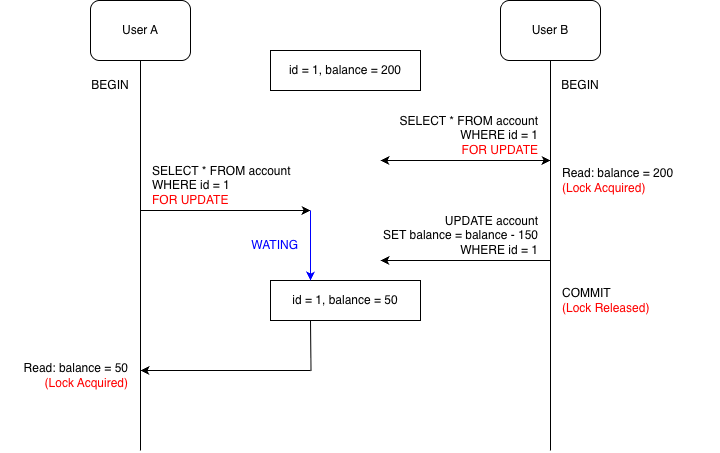
Earlier version of the draw.io export img/posts/architecture/consistency/2.png (zzzyoonnn/zzzyoonnn.github.io). Source tidied: cells renumbered, new cells last; positions are measured from the earlier drawing's top-left corner, leaving out a move shared by most shapes. Its diagram source:
```xml
<mxGraphModel>
  <root>
    <mxCell id="0" />
    <mxCell id="1" parent="0" />
    <mxCell id="2" value="User A" style="rounded=1;whiteSpace=wrap;html=1;" parent="1" vertex="1">
      <mxGeometry x="90" width="100" height="60" as="geometry" />
    </mxCell>
    <mxCell id="3" value="User B" style="rounded=1;whiteSpace=wrap;html=1;" parent="1" vertex="1">
      <mxGeometry x="500" width="100" height="60" as="geometry" />
    </mxCell>
    <mxCell id="4" value="id = 1, balance = 200" style="rounded=0;whiteSpace=wrap;html=1;" parent="1" vertex="1">
      <mxGeometry x="270" y="50" width="150" height="40" as="geometry" />
    </mxCell>
    <mxCell id="5" style="endArrow=none;html=1;rounded=0;entryX=0.5;entryY=1;entryDx=0;entryDy=0;" parent="1" edge="1" target="3">
      <mxGeometry relative="1" as="geometry">
        <mxPoint x="550" y="450" as="sourcePoint" />
      </mxGeometry>
    </mxCell>
    <mxCell id="6" style="endArrow=none;html=1;rounded=0;entryX=0.5;entryY=1;entryDx=0;entryDy=0;" parent="1" edge="1" target="2">
      <mxGeometry relative="1" as="geometry">
        <mxPoint x="140" y="450" as="sourcePoint" />
      </mxGeometry>
    </mxCell>
    <mxCell id="7" value="SELECT * FROM account&lt;div&gt;WHERE id = 1&lt;br&gt;&lt;font style=&quot;color: rgb(255, 0, 0);&quot;&gt;FOR UPDATE&lt;/font&gt;&lt;/div&gt;" style="text;html=1;whiteSpace=wrap;strokeColor=none;fillColor=none;align=right;verticalAlign=middle;rounded=0;" parent="1" vertex="1">
      <mxGeometry x="340" y="120" width="200" height="30" as="geometry" />
    </mxCell>
    <mxCell id="8" value="BEGIN" style="text;html=1;whiteSpace=wrap;strokeColor=none;fillColor=none;align=center;verticalAlign=middle;rounded=0;" parent="1" vertex="1">
      <mxGeometry x="550" y="70" width="60" height="30" as="geometry" />
    </mxCell>
    <mxCell id="9" value="BEGIN" style="text;html=1;whiteSpace=wrap;strokeColor=none;fillColor=none;align=center;verticalAlign=middle;rounded=0;" parent="1" vertex="1">
      <mxGeometry x="80" y="70" width="60" height="30" as="geometry" />
    </mxCell>
    <mxCell id="10" style="endArrow=classic;startArrow=classic;html=1;rounded=0;" parent="1" edge="1">
      <mxGeometry relative="1" as="geometry">
        <mxPoint x="380" y="160" as="sourcePoint" />
        <mxPoint x="550" y="160" as="targetPoint" />
      </mxGeometry>
    </mxCell>
    <mxCell id="11" value="Read: balance = 200&lt;div&gt;&lt;font style=&quot;color: rgb(255, 0, 0);&quot;&gt;(Lock Acquired)&lt;/font&gt;&lt;/div&gt;" style="text;html=1;whiteSpace=wrap;strokeColor=none;fillColor=none;align=left;verticalAlign=middle;rounded=0;" parent="1" vertex="1">
      <mxGeometry x="560" y="170" width="160" height="20" as="geometry" />
    </mxCell>
    <mxCell id="12" style="endArrow=classic;html=1;rounded=0;" parent="1" edge="1">
      <mxGeometry relative="1" as="geometry">
        <mxPoint x="550" y="260" as="sourcePoint" />
        <mxPoint x="380" y="260" as="targetPoint" />
      </mxGeometry>
    </mxCell>
    <mxCell id="13" value="UPDATE account&lt;div&gt;SET balance = balance - 150&lt;/div&gt;&lt;div&gt;WHERE id = 1&lt;/div&gt;" style="text;html=1;whiteSpace=wrap;strokeColor=none;fillColor=none;align=right;verticalAlign=middle;rounded=0;" parent="1" vertex="1">
      <mxGeometry x="360" y="220" width="180" height="30" as="geometry" />
    </mxCell>
    <mxCell id="14" style="endArrow=classic;html=1;rounded=0;" parent="1" edge="1">
      <mxGeometry relative="1" as="geometry">
        <mxPoint x="140" y="210" as="sourcePoint" />
        <mxPoint x="310" y="210" as="targetPoint" />
      </mxGeometry>
    </mxCell>
    <mxCell id="15" value="SELECT * FROM account&lt;div&gt;WHERE id = 1&lt;/div&gt;&lt;div&gt;&lt;font style=&quot;color: rgb(255, 0, 0);&quot;&gt;FOR UPDATE&lt;/font&gt;&lt;/div&gt;" style="text;html=1;whiteSpace=wrap;strokeColor=none;fillColor=none;align=left;verticalAlign=middle;rounded=0;" parent="1" vertex="1">
      <mxGeometry x="150" y="170" width="160" height="30" as="geometry" />
    </mxCell>
    <mxCell id="16" value="COMMIT&lt;div&gt;&lt;font style=&quot;color: rgb(255, 0, 0);&quot;&gt;(Lock Released)&lt;/font&gt;&lt;/div&gt;" style="text;html=1;whiteSpace=wrap;strokeColor=none;fillColor=none;align=left;verticalAlign=middle;rounded=0;" parent="1" vertex="1">
      <mxGeometry x="560" y="285" width="100" height="30" as="geometry" />
    </mxCell>
    <mxCell id="17" value="id = 1, balance = 50" style="rounded=0;whiteSpace=wrap;html=1;" parent="1" vertex="1">
      <mxGeometry x="270" y="280" width="150" height="40" as="geometry" />
    </mxCell>
    <mxCell id="18" style="endArrow=classic;html=1;rounded=0;fontColor=#0000FF;strokeColor=#0000FF;" parent="1" edge="1">
      <mxGeometry relative="1" as="geometry">
        <mxPoint x="310" y="210" as="sourcePoint" />
        <mxPoint x="310" y="280" as="targetPoint" />
      </mxGeometry>
    </mxCell>
    <mxCell id="19" value="WATING" style="text;html=1;whiteSpace=wrap;strokeColor=none;fillColor=none;align=right;verticalAlign=middle;rounded=0;fontColor=#0000FF;" parent="1" vertex="1">
      <mxGeometry x="240" y="230" width="60" height="30" as="geometry" />
    </mxCell>
    <mxCell id="20" style="endArrow=classic;html=1;rounded=0;" parent="1" edge="1">
      <mxGeometry relative="1" as="geometry">
        <mxPoint x="310" y="370" as="sourcePoint" />
        <mxPoint x="140" y="370" as="targetPoint" />
      </mxGeometry>
    </mxCell>
    <mxCell id="21" style="endArrow=none;html=1;rounded=0;entryX=0.25;entryY=1;entryDx=0;entryDy=0;" parent="1" edge="1">
      <mxGeometry relative="1" as="geometry">
        <mxPoint x="310.5" y="370" as="sourcePoint" />
        <mxPoint x="310" y="320" as="targetPoint" />
      </mxGeometry>
    </mxCell>
    <mxCell id="22" value="Read: balance = 50&lt;div&gt;&lt;font style=&quot;color: rgb(255, 0, 0);&quot;&gt;(Lock Acquired)&lt;/font&gt;&lt;/div&gt;" style="text;html=1;whiteSpace=wrap;strokeColor=none;fillColor=none;align=right;verticalAlign=middle;rounded=0;" parent="1" vertex="1">
      <mxGeometry y="360" width="130" height="30" as="geometry" />
    </mxCell>
  </root>
</mxGraphModel>
```
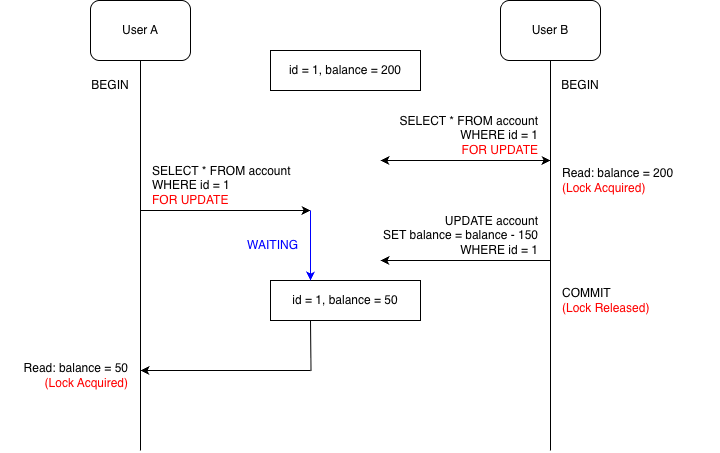
The same diagram one commit later.

Diff of the diagram source:
```diff
@@ -69,7 +69,7 @@
         <mxPoint x="310" y="280" as="targetPoint" />
       </mxGeometry>
     </mxCell>
-    <mxCell id="19" value="WATING" style="text;html=1;whiteSpace=wrap;strokeColor=none;fillColor=none;align=right;verticalAlign=middle;rounded=0;fontColor=#0000FF;" parent="1" vertex="1">
+    <mxCell id="19" value="WAITING" style="text;html=1;whiteSpace=wrap;strokeColor=none;fillColor=none;align=right;verticalAlign=middle;rounded=0;fontColor=#0000FF;" parent="1" vertex="1">
       <mxGeometry x="240" y="230" width="60" height="30" as="geometry" />
     </mxCell>
     <mxCell id="20" style="endArrow=classic;html=1;rounded=0;" parent="1" edge="1">
```
